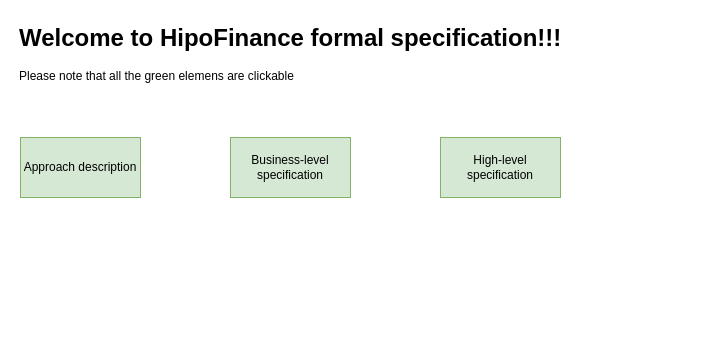
Above: spec/Hipo.drawio in Pruvendo/hipo-wallet (draw.io), before the change. Source tidied: cells renumbered, new cells numbered last; positions are measured from the earlier drawing's top-left corner, leaving out a move shared by most shapes. Both pictures are drawn from the tidied source at 100%, with x=0, y=0 at pixel (17, 17).
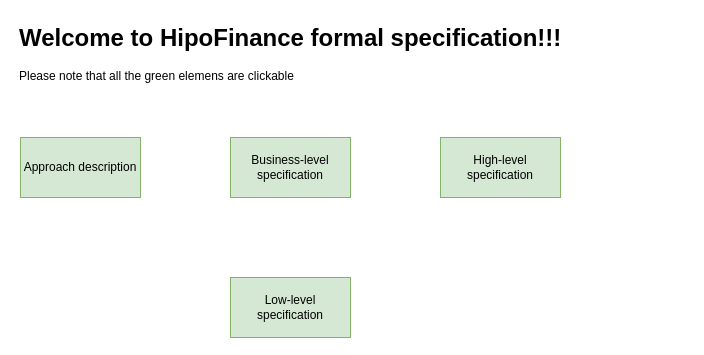
After the change.

Commit message:
Low-level link added

Change to the diagram source:
```diff
@@
 <mxGraphModel>
   <root>
     <mxCell id="0" />
     <mxCell id="1" parent="0" />
     <mxCell id="2" value="&lt;h1 style=&quot;text-align: center; margin-top: 0px;&quot;&gt;Welcome to HipoFinance formal specification!!!&lt;/h1&gt;&lt;p&gt;Please note that all the green elemens are clickable&lt;/p&gt;" style="text;html=1;whiteSpace=wrap;overflow=hidden;rounded=0;" parent="1" vertex="1">
       <mxGeometry width="670" height="70" as="geometry" />
     </mxCell>
     <mxCell id="3" value="Approach description" style="rounded=0;whiteSpace=wrap;html=1;fillColor=#d5e8d4;strokeColor=#82b366;" parent="1" vertex="1">
       <mxGeometry x="3" y="120" width="120" height="60" as="geometry" />
     </mxCell>
     <mxCell id="4" value="Business-level specification" style="rounded=0;whiteSpace=wrap;html=1;fillColor=#d5e8d4;strokeColor=#82b366;" parent="1" vertex="1">
       <mxGeometry x="213" y="120" width="120" height="60" as="geometry" />
     </mxCell>
     <mxCell id="5" value="High-level specification" style="rounded=0;whiteSpace=wrap;html=1;fillColor=#d5e8d4;strokeColor=#82b366;" parent="1" vertex="1">
       <mxGeometry x="423" y="120" width="120" height="60" as="geometry" />
     </mxCell>
+    <mxCell id="6" value="Low-level specification" style="rounded=0;whiteSpace=wrap;html=1;fillColor=#d5e8d4;strokeColor=#82b366;" parent="1" vertex="1">
+      <mxGeometry x="213" y="260" width="120" height="60" as="geometry" />
+    </mxCell>
   </root>
 </mxGraphModel>
```
